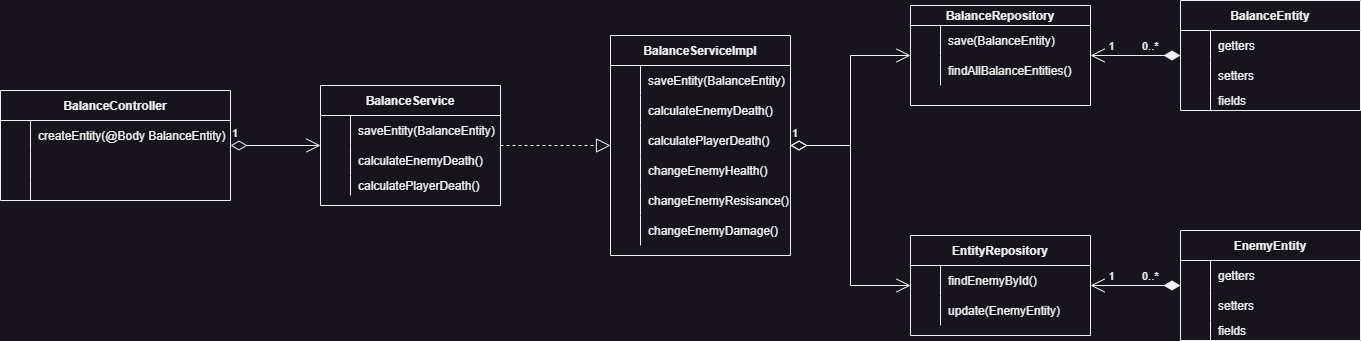
This is project-ressources/class-diagramm.png from mikkaK/dungeoncrawler-be-ai, a draw.io export, as it was before one commit. Source tidied: cells renumbered, new cells last; positions are measured from the earlier drawing's top-left corner, leaving out a move shared by most shapes.
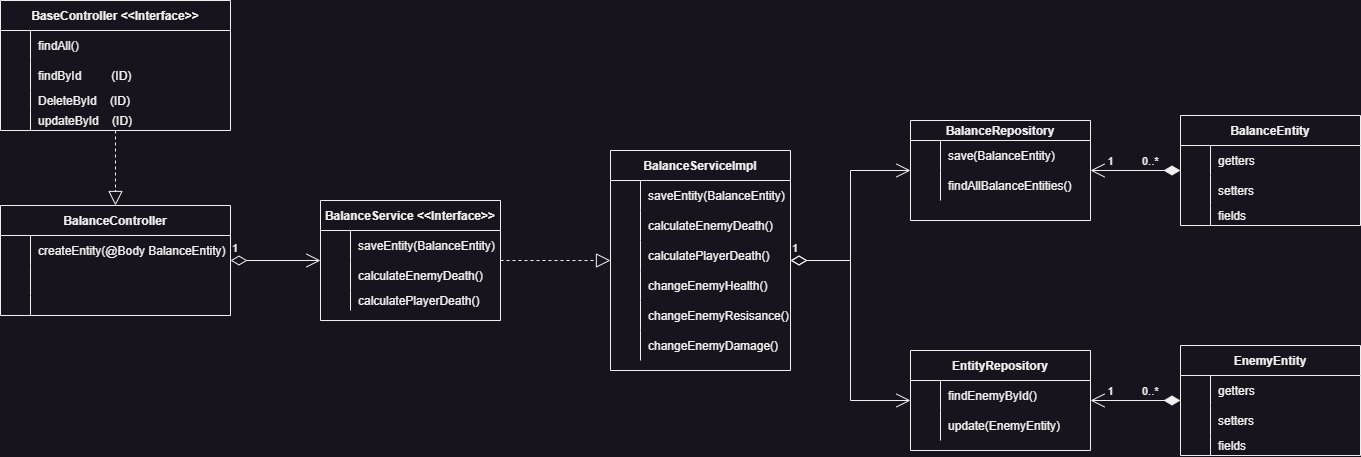
Later version of the same file.

Commit message:
changed app props and modified class diagramm

Change to the diagram source:
```diff
@@ -32,7 +32,7 @@
     <mxCell id="11" style="shape=partialRectangle;fillColor=none;top=0;left=0;bottom=0;right=0;align=left;spacingLeft=6;overflow=hidden;" parent="9" vertex="1">
       <mxGeometry x="30" width="200" height="20" as="geometry" />
     </mxCell>
-    <mxCell id="12" value="BalanceService" style="shape=table;startSize=30;rowLines=0;fontStyle=1;align=center;" parent="1" vertex="1">
+    <mxCell id="12" value="BalanceService &lt;&lt;Interface&gt;&gt;" style="shape=table;startSize=30;rowLines=0;fontStyle=1;align=center;" parent="1" vertex="1">
       <mxGeometry x="320" y="85" width="180" height="120" as="geometry" />
     </mxCell>
     <mxCell id="13" style="shape=tableRow;horizontal=0;startSize=0;swimlaneHead=0;swimlaneBody=0;fillColor=none;top=0;left=0;right=0;bottom=0;" parent="12" vertex="1">
@@ -262,5 +262,47 @@
     <mxCell id="82" value="1" style="endArrow=open;html=1;endSize=12;startArrow=diamondThin;startSize=14;startFill=0;edgeStyle=orthogonalEdgeStyle;align=left;verticalAlign=bottom;rounded=0;" parent="1" edge="1" source="2" target="12">
       <mxGeometry x="-1" y="3" relative="1" as="geometry" />
     </mxCell>
+    <mxCell id="83" value="BaseController &lt;&lt;Interface&gt;&gt;" style="shape=table;startSize=30;rowLines=0;fontStyle=1;align=center;" parent="1" vertex="1">
+      <mxGeometry y="-115" width="230" height="130" as="geometry" />
+    </mxCell>
+    <mxCell id="84" style="shape=tableRow;horizontal=0;startSize=0;swimlaneHead=0;swimlaneBody=0;fillColor=none;top=0;left=0;right=0;bottom=0;" parent="83" vertex="1">
+      <mxGeometry y="30" width="230" height="30" as="geometry" />
+    </mxCell>
+    <mxCell id="85" style="shape=partialRectangle;fillColor=none;top=0;left=0;bottom=0;right=0;overflow=hidden;" parent="84" vertex="1">
+      <mxGeometry width="30" height="30" as="geometry" />
+    </mxCell>
+    <mxCell id="86" value="findAll()" style="shape=partialRectangle;fillColor=none;top=0;left=0;bottom=0;right=0;align=left;spacingLeft=6;overflow=hidden;" parent="84" vertex="1">
+      <mxGeometry x="30" width="200" height="30" as="geometry" />
+    </mxCell>
+    <mxCell id="87" style="shape=tableRow;horizontal=0;startSize=0;swimlaneHead=0;swimlaneBody=0;fillColor=none;top=0;left=0;right=0;bottom=0;" parent="83" vertex="1">
+      <mxGeometry y="60" width="230" height="30" as="geometry" />
+    </mxCell>
+    <mxCell id="88" value="                " style="shape=partialRectangle;fillColor=none;top=0;left=0;bottom=0;right=0;overflow=hidden;" parent="87" vertex="1">
+      <mxGeometry width="30" height="30" as="geometry" />
+    </mxCell>
+    <mxCell id="89" value="findById         (ID)" style="shape=partialRectangle;fillColor=none;top=0;left=0;bottom=0;right=0;align=left;spacingLeft=6;overflow=hidden;" parent="87" vertex="1">
+      <mxGeometry x="30" width="200" height="30" as="geometry" />
+    </mxCell>
+    <mxCell id="90" style="shape=tableRow;horizontal=0;startSize=0;swimlaneHead=0;swimlaneBody=0;fillColor=none;top=0;left=0;right=0;bottom=0;" parent="83" vertex="1">
+      <mxGeometry y="90" width="230" height="20" as="geometry" />
+    </mxCell>
+    <mxCell id="91" value="                " style="shape=partialRectangle;fillColor=none;top=0;left=0;bottom=0;right=0;overflow=hidden;" parent="90" vertex="1">
+      <mxGeometry width="30" height="20" as="geometry" />
+    </mxCell>
+    <mxCell id="92" value="DeleteById    (ID)" style="shape=partialRectangle;fillColor=none;top=0;left=0;bottom=0;right=0;align=left;spacingLeft=6;overflow=hidden;" parent="90" vertex="1">
+      <mxGeometry x="30" width="200" height="20" as="geometry" />
+    </mxCell>
+    <mxCell id="93" style="shape=tableRow;horizontal=0;startSize=0;swimlaneHead=0;swimlaneBody=0;fillColor=none;top=0;left=0;right=0;bottom=0;" parent="83" vertex="1">
+      <mxGeometry y="110" width="230" height="20" as="geometry" />
+    </mxCell>
+    <mxCell id="94" value="                " style="shape=partialRectangle;fillColor=none;top=0;left=0;bottom=0;right=0;overflow=hidden;" parent="93" vertex="1">
+      <mxGeometry width="30" height="20" as="geometry" />
+    </mxCell>
+    <mxCell id="95" value="updateById    (ID)" style="shape=partialRectangle;fillColor=none;top=0;left=0;bottom=0;right=0;align=left;spacingLeft=6;overflow=hidden;" parent="93" vertex="1">
+      <mxGeometry x="30" width="200" height="20" as="geometry" />
+    </mxCell>
+    <mxCell id="96" style="endArrow=block;dashed=1;endFill=0;endSize=12;html=1;rounded=0;" parent="1" edge="1" source="83" target="2">
+      <mxGeometry relative="1" as="geometry" />
+    </mxCell>
   </root>
 </mxGraphModel>
```
